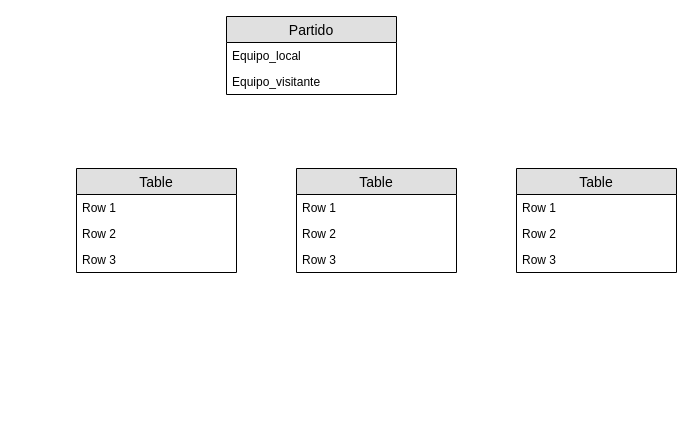
This is Untitled Diagram.drawio from jobasa/ExamenRecuTema2, a draw.io file, before an edit. Source tidied: cells renumbered, new cells numbered last; positions are measured from the earlier drawing's top-left corner, leaving out a move shared by most shapes. Both pictures are drawn from the tidied source at 100%, with x=0, y=0 at pixel (76, 16).
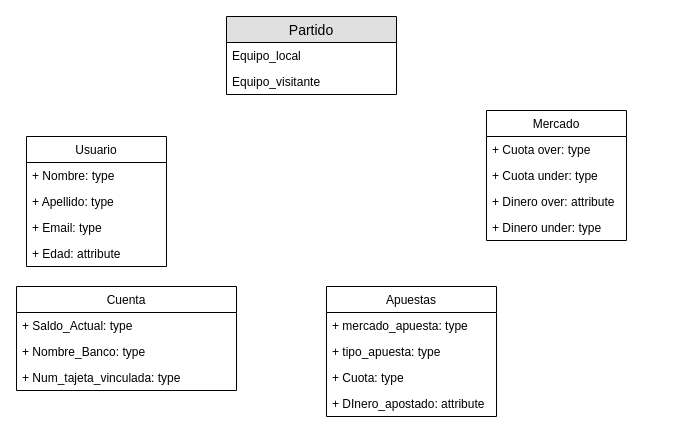
The same page after the edit.

The edit, as a diff of the source:
```diff
@@
-    <mxCell id="5" value="Table" style="swimlane;fontStyle=0;horizontal=1;startSize=26;fillColor=#e0e0e0;swimlaneFillColor=#ffffff;align=center;fontSize=14;" parent="1" vertex="1">
-      <mxGeometry y="152" width="160" height="104" as="geometry" />
-    </mxCell>
-    <mxCell id="6" value="Row 1" style="text;strokeColor=none;fillColor=none;spacingLeft=4;spacingRight=4;overflow=hidden;fontSize=12;" parent="5" vertex="1">
-      <mxGeometry y="26" width="160" height="26" as="geometry" />
-    </mxCell>
-    <mxCell id="7" value="Row 2" style="text;strokeColor=none;fillColor=none;spacingLeft=4;spacingRight=4;overflow=hidden;fontSize=12;" parent="5" vertex="1">
-      <mxGeometry y="52" width="160" height="26" as="geometry" />
-    </mxCell>
-    <mxCell id="8" value="Row 3" style="text;strokeColor=none;fillColor=none;spacingLeft=4;spacingRight=4;overflow=hidden;fontSize=12;" parent="5" vertex="1">
-      <mxGeometry y="78" width="160" height="26" as="geometry" />
-    </mxCell>
-    <mxCell id="9" value="Table" style="swimlane;fontStyle=0;horizontal=1;startSize=26;fillColor=#e0e0e0;swimlaneFillColor=#ffffff;align=center;fontSize=14;" parent="1" vertex="1">
-      <mxGeometry x="220" y="152" width="160" height="104" as="geometry" />
-    </mxCell>
-    <mxCell id="10" value="Row 1" style="text;strokeColor=none;fillColor=none;spacingLeft=4;spacingRight=4;overflow=hidden;fontSize=12;" parent="9" vertex="1">
-      <mxGeometry y="26" width="160" height="26" as="geometry" />
-    </mxCell>
-    <mxCell id="11" value="Row 2" style="text;strokeColor=none;fillColor=none;spacingLeft=4;spacingRight=4;overflow=hidden;fontSize=12;" parent="9" vertex="1">
-      <mxGeometry y="52" width="160" height="26" as="geometry" />
-    </mxCell>
-    <mxCell id="12" value="Row 3" style="text;strokeColor=none;fillColor=none;spacingLeft=4;spacingRight=4;overflow=hidden;fontSize=12;" parent="9" vertex="1">
-      <mxGeometry y="78" width="160" height="26" as="geometry" />
-    </mxCell>
-    <mxCell id="13" value="Table" style="swimlane;fontStyle=0;horizontal=1;startSize=26;fillColor=#e0e0e0;swimlaneFillColor=#ffffff;align=center;fontSize=14;" parent="1" vertex="1">
-      <mxGeometry x="440" y="152" width="160" height="104" as="geometry" />
-    </mxCell>
-    <mxCell id="14" value="Row 1" style="text;strokeColor=none;fillColor=none;spacingLeft=4;spacingRight=4;overflow=hidden;fontSize=12;" parent="13" vertex="1">
-      <mxGeometry y="26" width="160" height="26" as="geometry" />
-    </mxCell>
-    <mxCell id="15" value="Row 2" style="text;strokeColor=none;fillColor=none;spacingLeft=4;spacingRight=4;overflow=hidden;fontSize=12;" parent="13" vertex="1">
-      <mxGeometry y="52" width="160" height="26" as="geometry" />
-    </mxCell>
-    <mxCell id="16" value="Row 3" style="text;strokeColor=none;fillColor=none;spacingLeft=4;spacingRight=4;overflow=hidden;fontSize=12;" parent="13" vertex="1">
-      <mxGeometry y="78" width="160" height="26" as="geometry" />
-    </mxCell>
+    <mxCell id="17" value="Usuario" style="swimlane;fontStyle=0;horizontal=1;startSize=26;fillColor=none;" parent="1" vertex="1">
+      <mxGeometry x="-50" y="120" width="140" height="130" as="geometry" />
+    </mxCell>
+    <mxCell id="18" value="+ Nombre: type" style="text;strokeColor=none;fillColor=none;align=left;verticalAlign=top;spacingLeft=4;spacingRight=4;overflow=hidden;" parent="17" vertex="1">
+      <mxGeometry y="26" width="140" height="26" as="geometry" />
+    </mxCell>
+    <mxCell id="19" value="+ Apellido: type" style="text;strokeColor=none;fillColor=none;align=left;verticalAlign=top;spacingLeft=4;spacingRight=4;overflow=hidden;" parent="17" vertex="1">
+      <mxGeometry y="52" width="140" height="26" as="geometry" />
+    </mxCell>
+    <mxCell id="20" value="+ Email: type" style="text;strokeColor=none;fillColor=none;align=left;verticalAlign=top;spacingLeft=4;spacingRight=4;overflow=hidden;" parent="17" vertex="1">
+      <mxGeometry y="78" width="140" height="26" as="geometry" />
+    </mxCell>
+    <mxCell id="21" value="+ Edad: attribute" style="text;strokeColor=none;fillColor=none;align=left;verticalAlign=top;spacingLeft=4;spacingRight=4;overflow=hidden;" parent="17" vertex="1">
+      <mxGeometry y="104" width="140" height="26" as="geometry" />
+    </mxCell>
+    <mxCell id="22" value="Mercado" style="swimlane;fontStyle=0;horizontal=1;startSize=26;fillColor=none;" parent="1" vertex="1">
+      <mxGeometry x="410" y="94" width="140" height="130" as="geometry" />
+    </mxCell>
+    <mxCell id="23" value="+ Cuota over: type" style="text;strokeColor=none;fillColor=none;align=left;verticalAlign=top;spacingLeft=4;spacingRight=4;overflow=hidden;" parent="22" vertex="1">
+      <mxGeometry y="26" width="140" height="26" as="geometry" />
+    </mxCell>
+    <mxCell id="24" value="+ Cuota under: type" style="text;strokeColor=none;fillColor=none;align=left;verticalAlign=top;spacingLeft=4;spacingRight=4;overflow=hidden;" parent="22" vertex="1">
+      <mxGeometry y="52" width="140" height="26" as="geometry" />
+    </mxCell>
+    <mxCell id="25" value="+ Dinero over: attribute" style="text;strokeColor=none;fillColor=none;align=left;verticalAlign=top;spacingLeft=4;spacingRight=4;overflow=hidden;" parent="22" vertex="1">
+      <mxGeometry y="78" width="140" height="26" as="geometry" />
+    </mxCell>
+    <mxCell id="26" value="+ Dinero under: type" style="text;strokeColor=none;fillColor=none;align=left;verticalAlign=top;spacingLeft=4;spacingRight=4;overflow=hidden;" parent="22" vertex="1">
+      <mxGeometry y="104" width="140" height="26" as="geometry" />
+    </mxCell>
+    <mxCell id="27" value="Cuenta" style="swimlane;fontStyle=0;horizontal=1;startSize=26;fillColor=none;" parent="1" vertex="1">
+      <mxGeometry x="-60" y="270" width="220" height="104" as="geometry" />
+    </mxCell>
+    <mxCell id="28" value="+ Saldo_Actual: type" style="text;strokeColor=none;fillColor=none;align=left;verticalAlign=top;spacingLeft=4;spacingRight=4;overflow=hidden;" parent="27" vertex="1">
+      <mxGeometry y="26" width="220" height="26" as="geometry" />
+    </mxCell>
+    <mxCell id="29" value="+ Nombre_Banco: type" style="text;strokeColor=none;fillColor=none;align=left;verticalAlign=top;spacingLeft=4;spacingRight=4;overflow=hidden;" parent="27" vertex="1">
+      <mxGeometry y="52" width="220" height="26" as="geometry" />
+    </mxCell>
+    <mxCell id="30" value="+ Num_tajeta_vinculada: type" style="text;strokeColor=none;fillColor=none;align=left;verticalAlign=top;spacingLeft=4;spacingRight=4;overflow=hidden;" parent="27" vertex="1">
+      <mxGeometry y="78" width="220" height="26" as="geometry" />
+    </mxCell>
+    <mxCell id="31" value="Apuestas" style="swimlane;fontStyle=0;horizontal=1;startSize=26;fillColor=none;" parent="1" vertex="1">
+      <mxGeometry x="250" y="270" width="170" height="130" as="geometry" />
+    </mxCell>
+    <mxCell id="32" value="+ mercado_apuesta: type" style="text;strokeColor=none;fillColor=none;align=left;verticalAlign=top;spacingLeft=4;spacingRight=4;overflow=hidden;" parent="31" vertex="1">
+      <mxGeometry y="26" width="170" height="26" as="geometry" />
+    </mxCell>
+    <mxCell id="33" value="+ tipo_apuesta: type" style="text;strokeColor=none;fillColor=none;align=left;verticalAlign=top;spacingLeft=4;spacingRight=4;overflow=hidden;" parent="31" vertex="1">
+      <mxGeometry y="52" width="170" height="26" as="geometry" />
+    </mxCell>
+    <mxCell id="34" value="+ Cuota: type" style="text;strokeColor=none;fillColor=none;align=left;verticalAlign=top;spacingLeft=4;spacingRight=4;overflow=hidden;" parent="31" vertex="1">
+      <mxGeometry y="78" width="170" height="26" as="geometry" />
+    </mxCell>
+    <mxCell id="35" value="+ DInero_apostado: attribute" style="text;strokeColor=none;fillColor=none;align=left;verticalAlign=top;spacingLeft=4;spacingRight=4;overflow=hidden;" parent="31" vertex="1">
+      <mxGeometry y="104" width="170" height="26" as="geometry" />
+    </mxCell>
```
